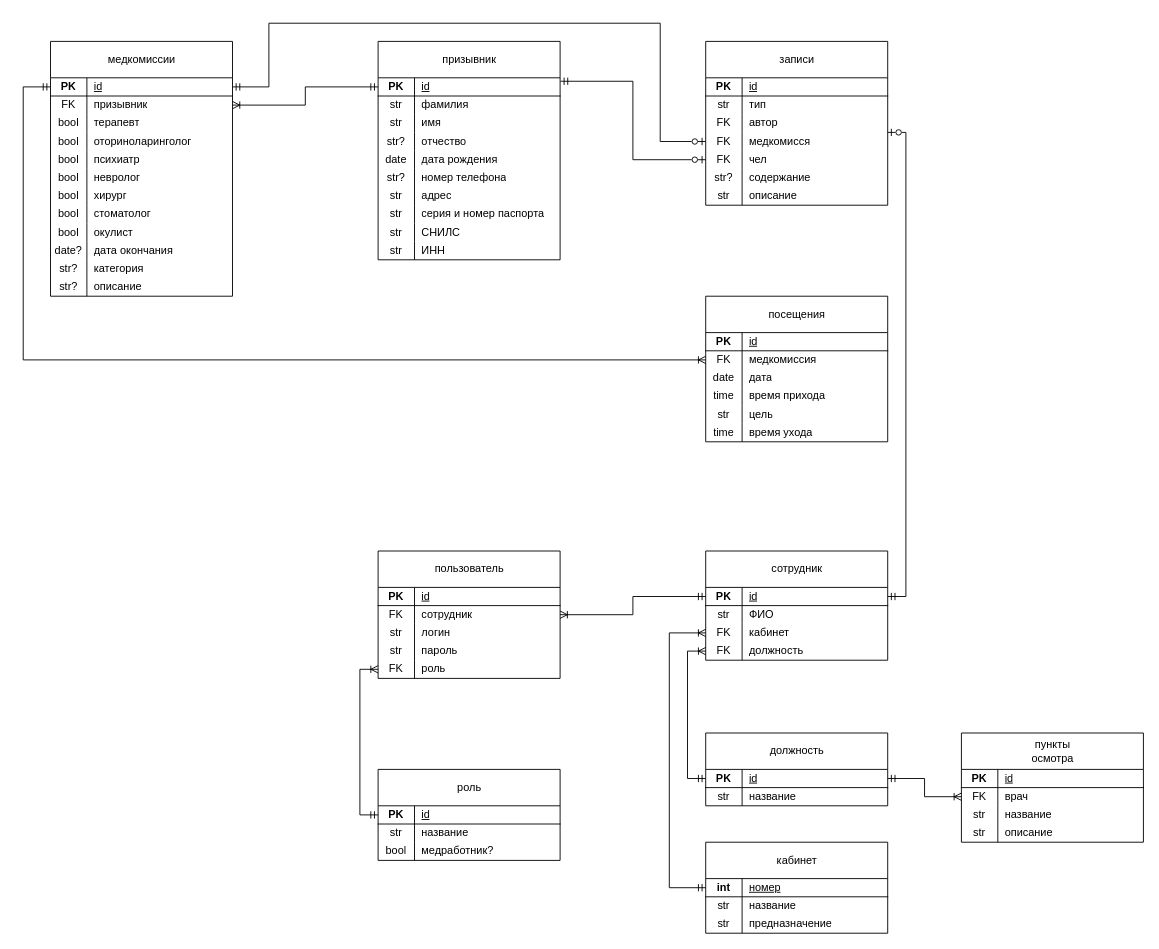
Before: теоретическая часть/схемы/er физическая.drawio in ChesniChok/voenkomat, a draw.io diagram. Source tidied: cells renumbered, new cells numbered last; positions are measured from the earlier drawing's top-left corner, leaving out a move shared by most shapes. Both pictures are drawn from the tidied source at 91%, with x=0, y=0 at pixel (23, 23).
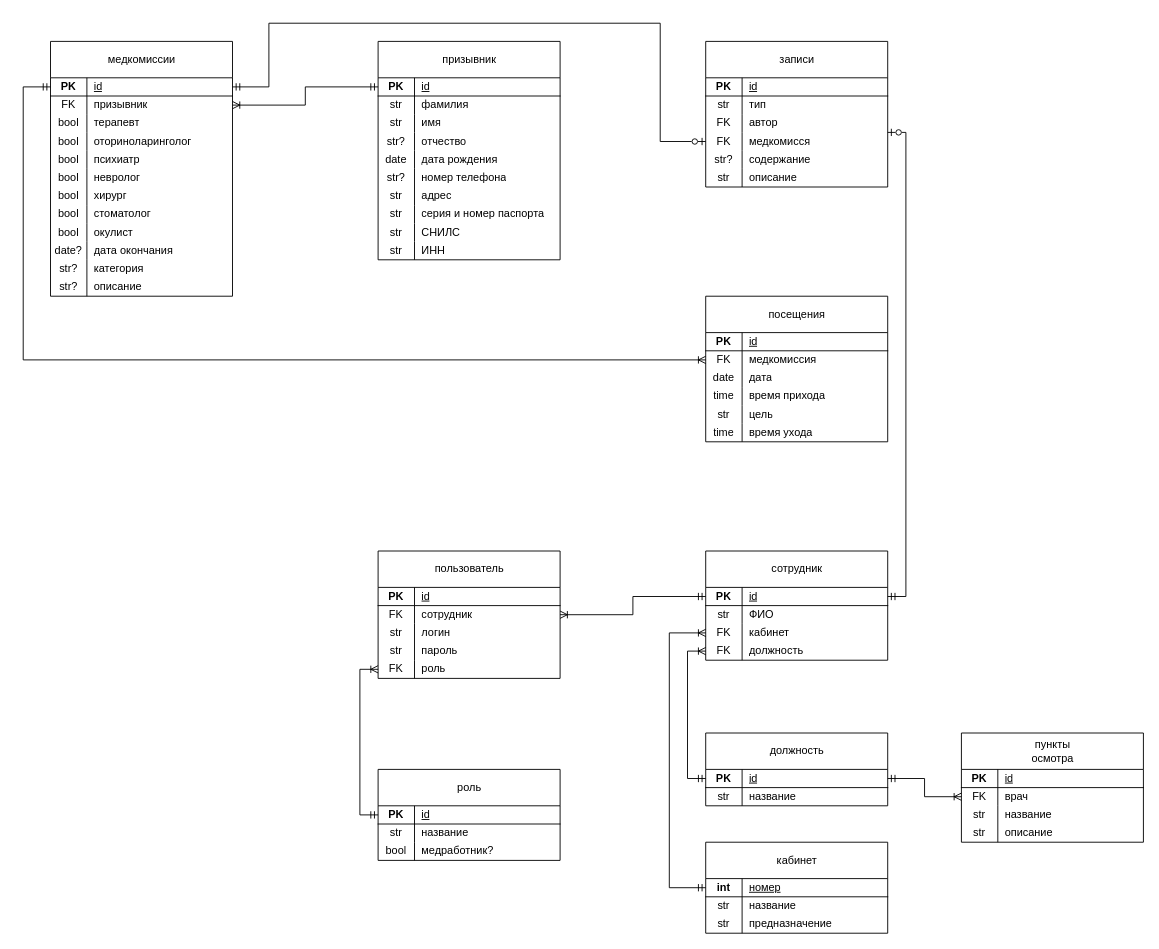
The same diagram, later.

The change refers to these unchanged cells:
```xml
<mxCell id="40" style="shape=tableRow;horizontal=0;startSize=0;swimlaneHead=0;swimlaneBody=0;fillColor=none;points=[[0,0.5],[1,0.5]];portConstraint=eastwest;top=0;left=0;right=0;bottom=1;" parent="39" vertex="1">
  <mxGeometry y="40" width="200" height="20" as="geometry" />
</mxCell>
```

Change to the diagram source:
```diff
@@
     <mxCell id="70" value="&lt;span style=&quot;font-weight: 400; text-wrap-mode: wrap;&quot;&gt;записи&lt;/span&gt;" style="shape=table;startSize=40;childLayout=tableLayout;rowLines=0;fontStyle=1;align=center;html=1;" parent="1" vertex="1">
-      <mxGeometry x="750" y="20" width="200" height="180" as="geometry" />
+      <mxGeometry x="750" y="20" width="200" height="160" as="geometry" />
     </mxCell>
@@
-    <mxCell id="83" style="shape=tableRow;horizontal=0;startSize=0;swimlaneHead=0;swimlaneBody=0;fillColor=none;points=[[0,0.5],[1,0.5]];portConstraint=eastwest;top=0;left=0;right=0;bottom=0;" parent="70" vertex="1">
-      <mxGeometry y="120" width="200" height="20" as="geometry" />
-    </mxCell>
-    <mxCell id="84" value="FK" style="shape=partialRectangle;fillColor=none;top=0;left=0;bottom=0;right=0;overflow=hidden;whiteSpace=wrap;html=1;" parent="83" vertex="1">
-      <mxGeometry width="40" height="20" as="geometry" />
-    </mxCell>
-    <mxCell id="85" value="чел" style="shape=partialRectangle;fillColor=none;top=0;left=0;bottom=0;right=0;align=left;spacingLeft=6;overflow=hidden;whiteSpace=wrap;html=1;" parent="83" vertex="1">
-      <mxGeometry x="40" width="160" height="20" as="geometry" />
-    </mxCell>
     <mxCell id="86" style="shape=tableRow;horizontal=0;startSize=0;swimlaneHead=0;swimlaneBody=0;fillColor=none;top=0;left=0;right=0;bottom=0;" parent="70" vertex="1">
-      <mxGeometry y="140" width="200" height="20" as="geometry" />
+      <mxGeometry y="120" width="200" height="20" as="geometry" />
     </mxCell>
@@
     <mxCell id="89" style="shape=tableRow;horizontal=0;startSize=0;swimlaneHead=0;swimlaneBody=0;fillColor=none;top=0;left=0;right=0;bottom=0;" parent="70" vertex="1">
-      <mxGeometry y="160" width="200" height="20" as="geometry" />
+      <mxGeometry y="140" width="200" height="20" as="geometry" />
     </mxCell>
@@
-    <mxCell id="169" style="edgeStyle=orthogonalEdgeStyle;rounded=0;jettySize=auto;html=1;startArrow=ERmandOne;startFill=0;endArrow=ERzeroToOne;endFill=0;exitX=1.002;exitY=0.19;exitDx=0;exitDy=0;exitPerimeter=0;entryX=0;entryY=0.5;entryDx=0;entryDy=0;" parent="1" edge="1" source="40" target="83">
-      <mxGeometry relative="1" as="geometry" />
-    </mxCell>
```
